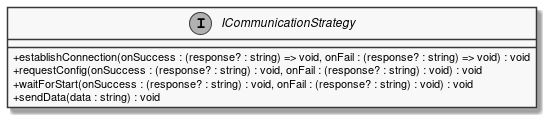
This is documents/sd/resources/Classes/BrowserExtension/BackGround/ICommunicationStrategy.png from insightmind/MORR, a PlantUML export, as it was before one commit. Source of this version:
```plantuml
@startuml
skinparam linetype ortho
skinparam monochrome true
skinparam classAttributeIconSize 0

interface ICommunicationStrategy {
    + establishConnection(onSuccess : (response? : string) => void, onFail : (response? : string) => void) : void
    + requestConfig(onSuccess : (response? : string) : void, onFail : (response? : string) : void) : void
    + waitForStart(onSuccess : (response? : string) : void, onFail : (response? : string) : void) : void
    + sendData(data : string) : void
}
@enduml
```
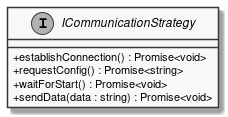
After the change.

Change to the diagram source:
```diff
@@ -4,9 +4,9 @@
 skinparam classAttributeIconSize 0
 
 interface ICommunicationStrategy {
-    + establishConnection(onSuccess : (response? : string) => void, onFail : (response? : string) => void) : void
-    + requestConfig(onSuccess : (response? : string) : void, onFail : (response? : string) : void) : void
-    + waitForStart(onSuccess : (response? : string) : void, onFail : (response? : string) : void) : void
-    + sendData(data : string) : void
+    + establishConnection() : Promise<void>
+    + requestConfig() : Promise<string>
+    + waitForStart() : Promise<void>
+    + sendData(data : string) : Promise<void>
 }
 @enduml
```
